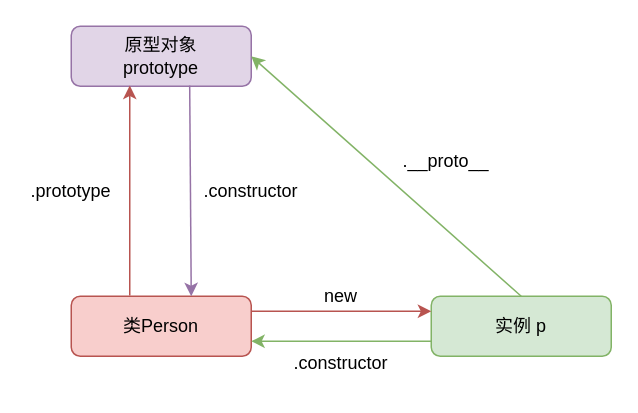
This is images/javascript/prototype-01.drawio from overnote/over-javascript, a draw.io file, before an edit. Source tidied: cells renumbered, new cells numbered last; positions are measured from the earlier drawing's top-left corner, leaving out a move shared by most shapes. Both pictures are drawn from the tidied source at 150%, with x=0, y=0 at pixel (26, 26).
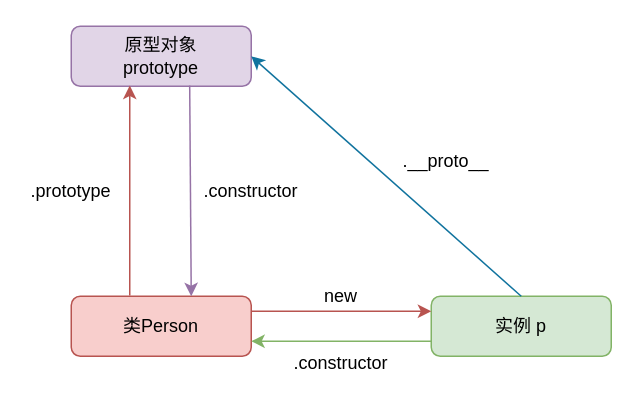
The same page after the edit.

Commit message (it also covers changes not shown here):
修正原型链相关图片颜色

What changed in the source:
```diff
@@
 <mxGraphModel>
   <root>
     <mxCell id="0" />
     <mxCell id="1" parent="0" />
     <mxCell id="2" value=".__proto__" style="text;html=1;strokeColor=none;fillColor=none;align=center;verticalAlign=middle;whiteSpace=wrap;rounded=0;" parent="1" vertex="1">
       <mxGeometry x="250" y="80" width="60" height="20" as="geometry" />
     </mxCell>
     <mxCell id="3" value=".constructor" style="text;html=1;strokeColor=none;fillColor=none;align=center;verticalAlign=middle;whiteSpace=wrap;rounded=0;" parent="1" vertex="1">
       <mxGeometry x="120" y="100" width="60" height="20" as="geometry" />
     </mxCell>
     <mxCell id="4" value=".prototype" style="text;html=1;strokeColor=none;fillColor=none;align=center;verticalAlign=middle;whiteSpace=wrap;rounded=0;" parent="1" vertex="1">
       <mxGeometry y="100" width="60" height="20" as="geometry" />
     </mxCell>
     <mxCell id="5" value="类Person" style="rounded=1;whiteSpace=wrap;html=1;fillColor=#f8cecc;strokeColor=#b85450;" parent="1" vertex="1">
       <mxGeometry x="30" y="180" width="120" height="40" as="geometry" />
     </mxCell>
     <mxCell id="6" value="实例 p" style="rounded=1;whiteSpace=wrap;html=1;fillColor=#d5e8d4;strokeColor=#82b366;" parent="1" vertex="1">
       <mxGeometry x="270" y="180" width="120" height="40" as="geometry" />
     </mxCell>
     <mxCell id="7" value="原型对象&lt;br&gt;prototype" style="rounded=1;whiteSpace=wrap;html=1;fillColor=#e1d5e7;strokeColor=#9673a6;" parent="1" vertex="1">
       <mxGeometry x="30" width="120" height="40" as="geometry" />
     </mxCell>
-    <mxCell id="8" style="endArrow=classic;html=1;exitX=0.5;exitY=0;exitDx=0;exitDy=0;entryX=1;entryY=0.5;entryDx=0;entryDy=0;fillColor=#d5e8d4;strokeColor=#82b366;" parent="1" edge="1" source="6" target="7">
+    <mxCell id="8" style="endArrow=classic;html=1;exitX=0.5;exitY=0;exitDx=0;exitDy=0;entryX=1;entryY=0.5;entryDx=0;entryDy=0;fillColor=#b1ddf0;strokeColor=#10739e;" parent="1" edge="1" source="6" target="7">
       <mxGeometry relative="1" as="geometry" />
     </mxCell>
     <mxCell id="9" style="endArrow=classic;html=1;exitX=0.325;exitY=-0.012;exitDx=0;exitDy=0;entryX=0.325;entryY=0.988;entryDx=0;entryDy=0;fillColor=#f8cecc;strokeColor=#b85450;exitPerimeter=0;entryPerimeter=0;" parent="1" edge="1" source="5" target="7">
       <mxGeometry relative="1" as="geometry" />
     </mxCell>
     <mxCell id="10" value="new" style="text;html=1;strokeColor=none;fillColor=none;align=center;verticalAlign=middle;whiteSpace=wrap;rounded=0;" parent="1" vertex="1">
       <mxGeometry x="190" y="170" width="40" height="20" as="geometry" />
     </mxCell>
     <mxCell id="11" style="endArrow=classic;html=1;rounded=0;exitX=1;exitY=0.25;exitDx=0;exitDy=0;entryX=0;entryY=0.25;entryDx=0;entryDy=0;fillColor=#f8cecc;strokeColor=#b85450;" parent="1" edge="1" source="5" target="6">
       <mxGeometry relative="1" as="geometry" />
     </mxCell>
     <mxCell id="12" style="endArrow=classic;html=1;rounded=0;entryX=1;entryY=0.75;entryDx=0;entryDy=0;exitX=0;exitY=0.75;exitDx=0;exitDy=0;fillColor=#d5e8d4;strokeColor=#82b366;" parent="1" edge="1" source="6" target="5">
       <mxGeometry relative="1" as="geometry" />
     </mxCell>
     <mxCell id="13" value=".constructor" style="text;html=1;strokeColor=none;fillColor=none;align=center;verticalAlign=middle;whiteSpace=wrap;rounded=0;" parent="1" vertex="1">
       <mxGeometry x="180" y="210" width="60" height="30" as="geometry" />
     </mxCell>
     <mxCell id="14" style="endArrow=classic;html=1;rounded=0;exitX=0.658;exitY=0.988;exitDx=0;exitDy=0;fillColor=#e1d5e7;strokeColor=#9673a6;exitPerimeter=0;" parent="1" edge="1" source="7">
       <mxGeometry relative="1" as="geometry">
         <mxPoint x="110" y="180" as="targetPoint" />
       </mxGeometry>
     </mxCell>
   </root>
 </mxGraphModel>
```
